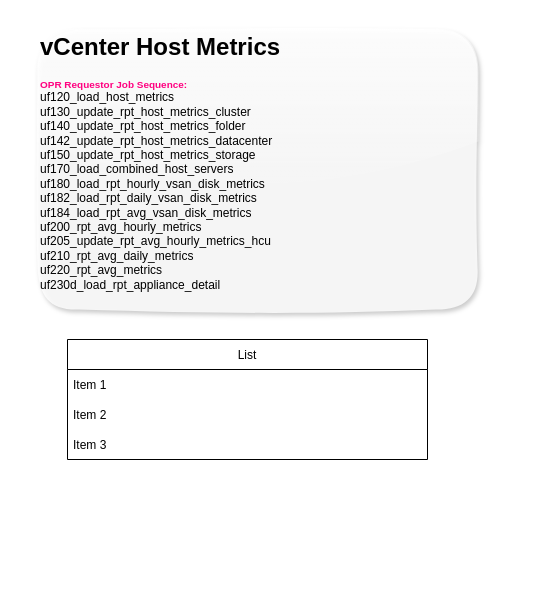
Above: VCenter Host Metrics Diagram.drawio in lynnyao2017/PythonLearning (draw.io), before the change. Source tidied: cells renumbered, new cells numbered last; positions are measured from the earlier drawing's top-left corner, leaving out a move shared by most shapes. Both pictures are drawn from the tidied source at 100%, with x=0, y=0 at pixel (37, 29).
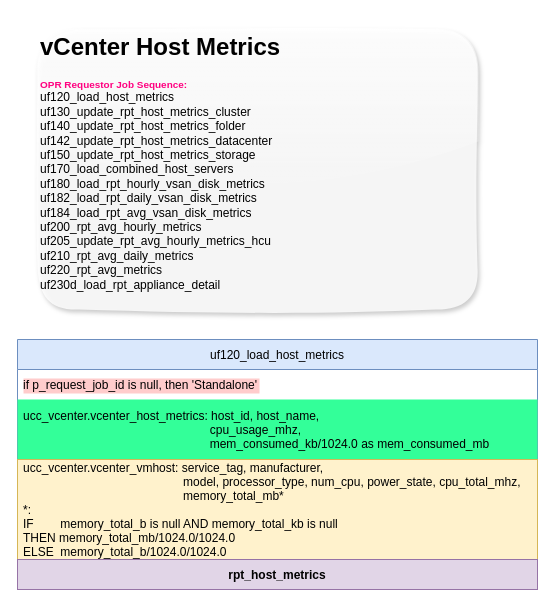
The same diagram, later.

The edit, as a diff of the source:
```diff
@@
 <mxGraphModel>
   <root>
     <mxCell id="0" />
     <mxCell id="1" parent="0" />
-    <mxCell id="2" value="List" style="swimlane;fontStyle=0;horizontal=1;startSize=30;" parent="1" vertex="1">
-      <mxGeometry x="30" y="310" width="360" height="120" as="geometry" />
+    <mxCell id="2" value="uf120_load_host_metrics" style="swimlane;fontStyle=0;horizontal=1;startSize=30;fillColor=#dae8fc;strokeColor=#6c8ebf;" parent="1" vertex="1">
+      <mxGeometry x="-20" y="310" width="520" height="220" as="geometry" />
     </mxCell>
-    <mxCell id="3" value="Item 1" style="text;strokeColor=none;fillColor=none;align=left;verticalAlign=middle;spacingLeft=4;spacingRight=4;overflow=hidden;" parent="2" vertex="1">
-      <mxGeometry y="30" width="360" height="30" as="geometry" />
+    <mxCell id="3" value="if p_request_job_id is null, then 'Standalone'" style="text;strokeColor=none;fillColor=none;align=left;verticalAlign=middle;spacingLeft=4;spacingRight=4;overflow=hidden;fontColor=#000000;labelBackgroundColor=#FFCCCC;" parent="2" vertex="1">
+      <mxGeometry y="30" width="520" height="30" as="geometry" />
     </mxCell>
-    <mxCell id="4" value="Item 2" style="text;strokeColor=none;fillColor=none;align=left;verticalAlign=middle;spacingLeft=4;spacingRight=4;overflow=hidden;" parent="2" vertex="1">
-      <mxGeometry y="60" width="360" height="30" as="geometry" />
+    <mxCell id="4" value="ucc_vcenter.vcenter_host_metrics: host_id, host_name,&#10;                                                        cpu_usage_mhz, &#10;                                                        mem_consumed_kb/1024.0 as mem_consumed_mb" style="text;strokeColor=none;fillColor=#33FF99;align=left;verticalAlign=middle;spacingLeft=4;spacingRight=4;overflow=hidden;" parent="2" vertex="1">
+      <mxGeometry y="60" width="520" height="60" as="geometry" />
     </mxCell>
-    <mxCell id="5" value="Item 3" style="text;strokeColor=none;fillColor=none;align=left;verticalAlign=middle;spacingLeft=4;spacingRight=4;overflow=hidden;" parent="2" vertex="1">
-      <mxGeometry y="90" width="360" height="30" as="geometry" />
-    </mxCell>
+    <mxCell id="7" value="ucc_vcenter.vcenter_vmhost: service_tag, manufacturer,&#10;                                                model, processor_type, num_cpu, power_state, cpu_total_mhz,&#10;                                                memory_total_mb*&#10;*:&#10;IF        memory_total_b is null AND memory_total_kb is null&#10;THEN memory_total_mb/1024.0/1024.0&#10;ELSE  memory_total_b/1024.0/1024.0&#10;" style="text;strokeColor=#d6b656;fillColor=#FFF2CC;align=left;verticalAlign=middle;spacingLeft=4;spacingRight=4;overflow=hidden;" parent="2" vertex="1">
+      <mxGeometry y="120" width="520" height="100" as="geometry" />
+    </mxCell>
     <mxCell id="6" value="&lt;h1&gt;vCenter Host Metrics&lt;/h1&gt;&lt;h5&gt;&lt;font color=&quot;#ff0080&quot;&gt;OPR Requestor Job Sequence:&lt;br&gt;&lt;div style=&quot;text-align: justify&quot;&gt;&lt;span style=&quot;color: rgb(0 , 0 , 0) ; font-size: 12px ; font-weight: normal&quot;&gt;uf120_load_host_metrics&lt;/span&gt;&lt;/div&gt;&lt;/font&gt;&lt;div style=&quot;text-align: justify&quot;&gt;&lt;span style=&quot;font-size: 12px ; font-weight: normal&quot;&gt;uf130_update_rpt_host_metrics_cluster&lt;/span&gt;&lt;/div&gt;&lt;div style=&quot;text-align: justify&quot;&gt;&lt;span style=&quot;font-size: 12px ; font-weight: normal&quot;&gt;uf140_update_rpt_host_metrics_folder&lt;/span&gt;&lt;/div&gt;&lt;div style=&quot;text-align: justify&quot;&gt;&lt;span style=&quot;font-size: 12px ; font-weight: normal&quot;&gt;uf142_update_rpt_host_metrics_datacenter&lt;/span&gt;&lt;/div&gt;&lt;div style=&quot;text-align: justify&quot;&gt;&lt;span style=&quot;font-size: 12px ; font-weight: normal&quot;&gt;uf150_update_rpt_host_metrics_storage&lt;/span&gt;&lt;/div&gt;&lt;div style=&quot;text-align: justify&quot;&gt;&lt;span style=&quot;font-size: 12px ; font-weight: normal&quot;&gt;uf170_load_combined_host_servers&lt;/span&gt;&lt;/div&gt;&lt;div style=&quot;text-align: justify&quot;&gt;&lt;span style=&quot;font-size: 12px ; font-weight: normal&quot;&gt;uf180_load_rpt_hourly_vsan_disk_metrics&lt;/span&gt;&lt;/div&gt;&lt;div style=&quot;text-align: justify&quot;&gt;&lt;span style=&quot;font-size: 12px ; font-weight: normal&quot;&gt;uf182_load_rpt_daily_vsan_disk_metrics&lt;/span&gt;&lt;/div&gt;&lt;div style=&quot;text-align: justify&quot;&gt;&lt;span style=&quot;font-size: 12px ; font-weight: normal&quot;&gt;uf184_load_rpt_avg_vsan_disk_metrics&lt;/span&gt;&lt;/div&gt;&lt;div style=&quot;text-align: justify&quot;&gt;&lt;span style=&quot;font-size: 12px ; font-weight: normal&quot;&gt;uf200_rpt_avg_hourly_metrics&lt;/span&gt;&lt;/div&gt;&lt;div style=&quot;text-align: justify&quot;&gt;&lt;span style=&quot;font-size: 12px ; font-weight: normal&quot;&gt;uf205_update_rpt_avg_hourly_metrics_hcu&lt;/span&gt;&lt;/div&gt;&lt;div style=&quot;text-align: justify&quot;&gt;&lt;span style=&quot;font-size: 12px ; font-weight: normal&quot;&gt;uf210_rpt_avg_daily_metrics&lt;/span&gt;&lt;/div&gt;&lt;div style=&quot;text-align: justify&quot;&gt;&lt;span style=&quot;font-size: 12px ; font-weight: normal&quot;&gt;uf220_rpt_avg_metrics&lt;/span&gt;&lt;/div&gt;&lt;div style=&quot;text-align: justify&quot;&gt;&lt;span style=&quot;font-size: 12px ; font-weight: normal&quot;&gt;uf230d_load_rpt_appliance_detail&lt;/span&gt;&lt;/div&gt;&lt;/h5&gt;" style="text;html=1;strokeColor=none;fillColor=default;spacing=3;spacingTop=-20;whiteSpace=wrap;overflow=hidden;rounded=1;opacity=80;shadow=1;sketch=1;glass=1;dashed=1;dashPattern=1 1;imageWidth=24;" parent="1" vertex="1">
       <mxGeometry width="440" height="280" as="geometry" />
     </mxCell>
+    <mxCell id="8" value="rpt_host_metrics" style="text;strokeColor=#9673a6;fillColor=#e1d5e7;align=center;verticalAlign=middle;spacingLeft=4;spacingRight=4;overflow=hidden;labelBackgroundColor=none;fontStyle=1;" parent="1" vertex="1">
+      <mxGeometry x="-20" y="530" width="520" height="30" as="geometry" />
+    </mxCell>
   </root>
 </mxGraphModel>
```
